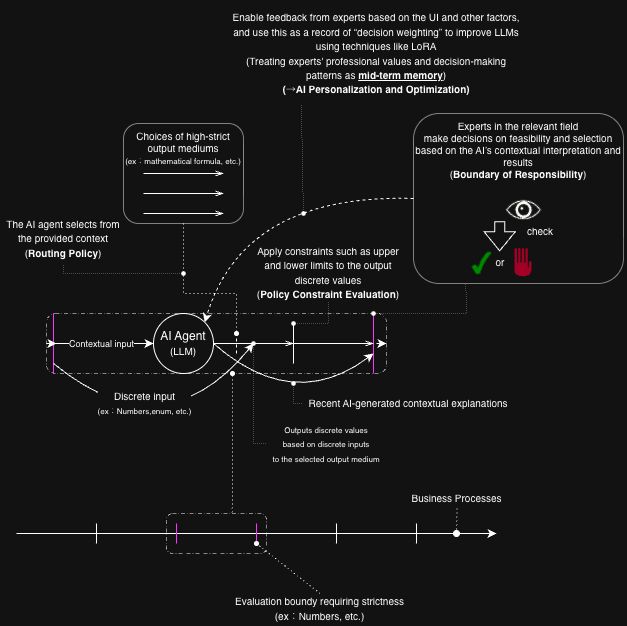
Above: image/ai_agent_application_design_for_business_processes_requiring_strictness.png in cancan007/Trying-understand-structure-for-u (draw.io), before the change. Source tidied: cells renumbered, new cells last; positions are measured from the earlier drawing's top-left corner, leaving out a move shared by most shapes.
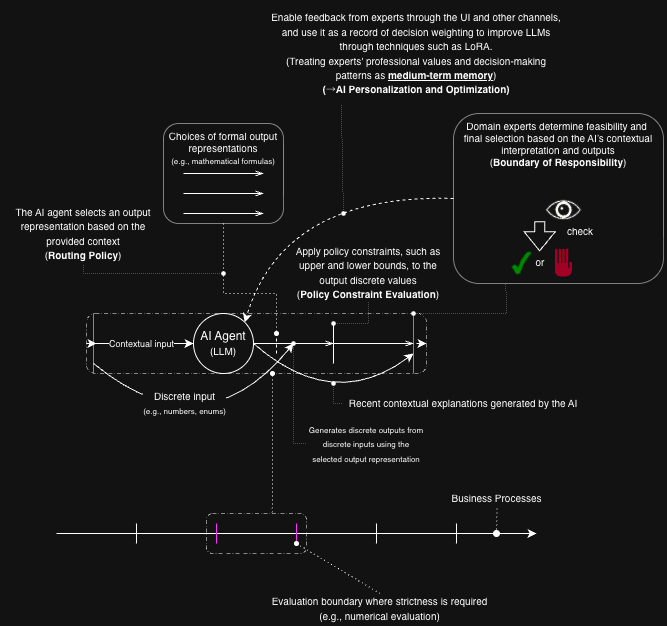
After the change.

Commit message:
changed the ai architecture diagram

Change to the diagram source:
```diff
@@ -5,13 +5,13 @@
     <mxCell id="2" style="rounded=1;whiteSpace=wrap;html=1;fillColor=none;dashed=1;dashPattern=8 4 1 4;strokeWidth=0.5;" parent="1" vertex="1">
       <mxGeometry x="43" y="310" width="340" height="60" as="geometry" />
     </mxCell>
-    <mxCell id="3" value="&lt;div&gt;Experts in the relevant field&lt;/div&gt;&lt;div&gt;make decisions on feasibility and selection&lt;/div&gt;&lt;div&gt;based on the AI’s contextual interpretation and results&lt;/div&gt;&lt;div&gt;&lt;font&gt;(&lt;b&gt;Boundary of Responsibility&lt;/b&gt;)&lt;/font&gt;&lt;/div&gt;" style="rounded=1;whiteSpace=wrap;html=1;fillColor=none;strokeWidth=0.5;verticalAlign=top;fontSize=10;" parent="1" vertex="1">
+    <mxCell id="3" value="&lt;div&gt;&lt;span style=&quot;background-color: transparent;&quot;&gt;Domain experts determine feasibility and&amp;nbsp;&lt;/span&gt;&lt;/div&gt;&lt;div&gt;&lt;span style=&quot;background-color: transparent;&quot;&gt;final selection based on the AI’s contextual interpretation and outputs&lt;br&gt;&lt;/span&gt;&lt;span style=&quot;background-color: transparent; color: light-dark(rgb(0, 0, 0), rgb(255, 255, 255));&quot;&gt;(&lt;/span&gt;&lt;b style=&quot;background-color: transparent; color: light-dark(rgb(0, 0, 0), rgb(255, 255, 255));&quot;&gt;Boundary of Responsibility&lt;/b&gt;&lt;span style=&quot;background-color: transparent; color: light-dark(rgb(0, 0, 0), rgb(255, 255, 255));&quot;&gt;)&lt;/span&gt;&lt;/div&gt;" style="rounded=1;whiteSpace=wrap;html=1;fillColor=none;strokeWidth=0.5;verticalAlign=top;fontSize=10;" parent="1" vertex="1">
       <mxGeometry x="410" y="110" width="210" height="170" as="geometry" />
     </mxCell>
     <mxCell id="4" style="rounded=1;whiteSpace=wrap;html=1;fillColor=none;dashed=1;dashPattern=8 4 1 4;strokeWidth=0.5;" parent="1" vertex="1">
       <mxGeometry x="163" y="510" width="100" height="40" as="geometry" />
     </mxCell>
-    <mxCell id="5" value="&lt;div&gt;Choices of&amp;nbsp;&lt;span style=&quot;background-color: transparent; color: light-dark(rgb(0, 0, 0), rgb(255, 255, 255));&quot;&gt;high-strict output mediums&lt;/span&gt;&lt;/div&gt;&lt;div&gt;&lt;div&gt;&lt;span style=&quot;background-color: transparent; color: light-dark(rgb(0, 0, 0), rgb(255, 255, 255));&quot;&gt;&lt;font style=&quot;font-size: 8px;&quot;&gt;(ex：mathematical formula, etc.)&lt;/font&gt;&lt;/span&gt;&lt;/div&gt;&lt;/div&gt;" style="rounded=1;whiteSpace=wrap;html=1;fillColor=none;strokeWidth=0.5;verticalAlign=top;fontSize=10;" parent="1" vertex="1">
+    <mxCell id="5" value="&lt;div&gt;Choices of formal output representations&lt;/div&gt;&lt;div&gt;&lt;span style=&quot;font-size: 8px;&quot;&gt;(e.g., mathematical formulas)&lt;/span&gt;&lt;/div&gt;" style="rounded=1;whiteSpace=wrap;html=1;fillColor=none;strokeWidth=0.5;verticalAlign=top;fontSize=10;" parent="1" vertex="1">
       <mxGeometry x="120" y="120" width="120" height="100" as="geometry" />
     </mxCell>
     <mxCell id="6" style="endArrow=classic;html=1;rounded=0;" parent="1" edge="1">
@@ -50,8 +50,8 @@
         <mxPoint x="93" y="520" as="targetPoint" />
       </mxGeometry>
     </mxCell>
-    <mxCell id="12" value="&lt;div&gt;&lt;font style=&quot;&quot;&gt;&lt;span style=&quot;font-size: 10px;&quot;&gt;Evaluation boundy requiring strictness&lt;/span&gt;&lt;/font&gt;&lt;/div&gt;&lt;div&gt;&lt;font style=&quot;&quot;&gt;&lt;span style=&quot;font-size: 10px;&quot;&gt;(ex：Numbers, etc.)&lt;/span&gt;&lt;/font&gt;&lt;/div&gt;" style="text;html=1;whiteSpace=wrap;strokeColor=none;fillColor=none;align=center;verticalAlign=middle;rounded=0;" parent="1" vertex="1">
-      <mxGeometry x="223" y="590" width="187" height="30" as="geometry" />
+    <mxCell id="12" value="&lt;div&gt;&lt;span style=&quot;font-size: 10px;&quot;&gt;Evaluation boundary where strictness is required&lt;br&gt;&lt;/span&gt;&lt;span style=&quot;background-color: transparent; font-size: 10px;&quot;&gt;(e.g., numerical evaluation)&lt;/span&gt;&lt;/div&gt;" style="text;html=1;whiteSpace=wrap;strokeColor=none;fillColor=none;align=center;verticalAlign=middle;rounded=0;" parent="1" vertex="1">
+      <mxGeometry x="223" y="590" width="227" height="30" as="geometry" />
     </mxCell>
     <mxCell id="13" style="endArrow=oval;dashed=1;html=1;dashPattern=1 3;strokeWidth=1;rounded=0;startArrow=none;startFill=0;endFill=1;exitX=0.5;exitY=0;exitDx=0;exitDy=0;startSize=4;endSize=4;" parent="1" edge="1" source="12">
       <mxGeometry relative="1" as="geometry">
@@ -133,18 +133,18 @@
         </Array>
       </mxGeometry>
     </mxCell>
-    <mxCell id="28" value="&lt;font style=&quot;font-size: 10px;&quot;&gt;The AI agent selects from the provided context&lt;/font&gt;&lt;div&gt;&lt;font style=&quot;&quot;&gt;&lt;span style=&quot;font-size: 10px;&quot;&gt;(&lt;b&gt;Routing Policy&lt;/b&gt;)&lt;/span&gt;&lt;/font&gt;&lt;/div&gt;" style="text;html=1;whiteSpace=wrap;strokeColor=none;fillColor=none;align=center;verticalAlign=middle;rounded=0;" parent="1" vertex="1">
-      <mxGeometry y="210" width="120" height="50" as="geometry" />
+    <mxCell id="28" value="&lt;font style=&quot;font-size: 10px;&quot;&gt;The AI agent selects an output representation based on the provided context&lt;/font&gt;&lt;div&gt;&lt;font style=&quot;&quot;&gt;&lt;span style=&quot;font-size: 10px;&quot;&gt;(&lt;b&gt;Routing Policy&lt;/b&gt;)&lt;/span&gt;&lt;/font&gt;&lt;/div&gt;" style="text;html=1;whiteSpace=wrap;strokeColor=none;fillColor=none;align=center;verticalAlign=middle;rounded=0;" parent="1" vertex="1">
+      <mxGeometry x="-40" y="200" width="160" height="60" as="geometry" />
     </mxCell>
     <mxCell id="29" style="endArrow=none;dashed=1;html=1;dashPattern=1 3;strokeWidth=0.5;rounded=0;entryX=0.5;entryY=1;entryDx=0;entryDy=0;endFill=0;startArrow=oval;startFill=1;startSize=4;endSize=4;" parent="1" edge="1" target="28">
       <mxGeometry relative="1" as="geometry">
         <mxPoint x="180" y="270" as="sourcePoint" />
         <Array as="points">
-          <mxPoint x="60" y="270" />
+          <mxPoint x="40" y="270" />
         </Array>
       </mxGeometry>
     </mxCell>
-    <mxCell id="30" value="&lt;div&gt;&lt;span style=&quot;background-color: transparent; font-size: 10px;&quot;&gt;Apply constraints such as upper and lower limits to the output discrete values&lt;/span&gt;&lt;/div&gt;&lt;div&gt;&lt;span style=&quot;font-size: 10px; background-color: transparent; color: light-dark(rgb(0, 0, 0), rgb(255, 255, 255));&quot;&gt;(&lt;/span&gt;&lt;span style=&quot;background-color: transparent;&quot;&gt;&lt;span style=&quot;font-size: 10px;&quot;&gt;&lt;b&gt;Policy Constraint Evaluation&lt;/b&gt;)&lt;/span&gt;&lt;/span&gt;&lt;/div&gt;" style="text;html=1;whiteSpace=wrap;strokeColor=none;fillColor=none;align=center;verticalAlign=middle;rounded=0;" parent="1" vertex="1">
+    <mxCell id="30" value="&lt;div&gt;&lt;span style=&quot;background-color: transparent; font-size: 10px;&quot;&gt;Apply policy constraints, such as upper and lower bounds, to the output discrete values&lt;br&gt;&lt;/span&gt;&lt;span style=&quot;background-color: transparent; color: light-dark(rgb(0, 0, 0), rgb(255, 255, 255)); font-size: 10px;&quot;&gt;(&lt;/span&gt;&lt;span style=&quot;background-color: transparent; color: light-dark(rgb(0, 0, 0), rgb(255, 255, 255));&quot;&gt;&lt;span style=&quot;font-size: 10px;&quot;&gt;&lt;b&gt;Policy Constraint Evaluation&lt;/b&gt;)&lt;/span&gt;&lt;/span&gt;&lt;/div&gt;" style="text;html=1;whiteSpace=wrap;strokeColor=none;fillColor=none;align=center;verticalAlign=middle;rounded=0;" parent="1" vertex="1">
       <mxGeometry x="250" y="240" width="150" height="57.9" as="geometry" />
     </mxCell>
     <mxCell id="31" style="endArrow=classic;html=1;rounded=0;curved=1;" parent="1" edge="1">
@@ -156,12 +156,12 @@
         </Array>
       </mxGeometry>
     </mxCell>
-    <mxCell id="32" value="&lt;div&gt;&lt;font style=&quot;&quot;&gt;&lt;span style=&quot;font-size: 10px;&quot;&gt;Discrete input&lt;/span&gt;&lt;/font&gt;&lt;/div&gt;&lt;div&gt;&lt;font style=&quot;&quot;&gt;&lt;span style=&quot;font-size: 8px;&quot;&gt;(ex：Numbers,enum, etc.)&lt;/span&gt;&lt;/font&gt;&lt;/div&gt;" style="edgeLabel;html=1;align=center;verticalAlign=middle;" parent="31" vertex="1">
+    <mxCell id="32" value="&lt;div&gt;&lt;font style=&quot;&quot;&gt;&lt;span style=&quot;font-size: 10px;&quot;&gt;Discrete input&lt;/span&gt;&lt;/font&gt;&lt;/div&gt;&lt;div&gt;&lt;span style=&quot;font-size: 8px;&quot;&gt;(e.g.,&amp;nbsp;&lt;/span&gt;&lt;span style=&quot;background-color: light-dark(#ffffff, var(--ge-dark-color, #121212)); font-size: 8px;&quot;&gt;numbers, enums&lt;/span&gt;&lt;span style=&quot;font-size: 8px; background-color: light-dark(#ffffff, var(--ge-dark-color, #121212)); color: light-dark(rgb(0, 0, 0), rgb(255, 255, 255));&quot;&gt;)&lt;/span&gt;&lt;/div&gt;" style="edgeLabel;html=1;align=center;verticalAlign=middle;" parent="31" vertex="1">
       <mxGeometry x="-0.21" y="14" relative="1" as="geometry">
         <mxPoint x="-6" y="-21" as="offset" />
       </mxGeometry>
     </mxCell>
-    <mxCell id="33" value="&lt;div&gt;&lt;span style=&quot;font-size: 8px;&quot;&gt;Outputs discrete values&lt;/span&gt;&lt;/div&gt;&lt;div&gt;&lt;span style=&quot;font-size: 8px;&quot;&gt;based on discrete inputs&lt;/span&gt;&lt;/div&gt;&lt;div&gt;&lt;span style=&quot;font-size: 8px;&quot;&gt;to the selected output medium&lt;/span&gt;&lt;/div&gt;" style="text;html=1;whiteSpace=wrap;strokeColor=none;fillColor=none;align=center;verticalAlign=middle;rounded=0;" parent="1" vertex="1">
+    <mxCell id="33" value="&lt;span style=&quot;font-size: 8px;&quot;&gt;Generates discrete outputs from discrete inputs using the selected output representation&lt;/span&gt;" style="text;html=1;whiteSpace=wrap;strokeColor=none;fillColor=none;align=center;verticalAlign=middle;rounded=0;" parent="1" vertex="1">
       <mxGeometry x="263" y="420" width="120" height="40" as="geometry" />
     </mxCell>
     <mxCell id="34" style="endArrow=none;dashed=1;html=1;dashPattern=1 3;strokeWidth=0.5;rounded=0;endFill=0;startArrow=oval;startFill=1;startSize=4;endSize=4;entryX=0;entryY=0.5;entryDx=0;entryDy=0;" parent="1" edge="1" target="33">
@@ -206,8 +206,8 @@
         </Array>
       </mxGeometry>
     </mxCell>
-    <mxCell id="42" value="&lt;font style=&quot;font-size: 10px;&quot;&gt;Recent AI-generated contextual explanations&lt;/font&gt;" style="text;html=1;whiteSpace=wrap;strokeColor=none;fillColor=none;align=center;verticalAlign=middle;rounded=0;" parent="1" vertex="1">
-      <mxGeometry x="300" y="390" width="210" height="20" as="geometry" />
+    <mxCell id="42" value="&lt;font style=&quot;font-size: 10px;&quot;&gt;Recent contextual explanations generated by the AI&lt;/font&gt;" style="text;html=1;whiteSpace=wrap;strokeColor=none;fillColor=none;align=center;verticalAlign=middle;rounded=0;" parent="1" vertex="1">
+      <mxGeometry x="300" y="390" width="240" height="20" as="geometry" />
     </mxCell>
     <mxCell id="43" style="endArrow=none;dashed=1;html=1;dashPattern=1 3;strokeWidth=0.5;rounded=0;entryX=0;entryY=0.5;entryDx=0;entryDy=0;endFill=0;startArrow=oval;startFill=1;startSize=4;endSize=4;" parent="1" edge="1" target="42">
       <mxGeometry relative="1" as="geometry">
@@ -235,7 +235,7 @@
         </Array>
       </mxGeometry>
     </mxCell>
-    <mxCell id="47" value="&lt;div&gt;&lt;span style=&quot;font-size: 10px;&quot;&gt;Enable feedback from experts based on the UI and other factors,&lt;/span&gt;&lt;/div&gt;&lt;div&gt;&lt;span style=&quot;font-size: 10px;&quot;&gt;and use this as a record of “decision weighting” to improve LLMs using techniques like LoRA&lt;/span&gt;&lt;br&gt;&lt;span style=&quot;font-size: 10px;&quot;&gt;(Treating experts' professional values and decision-making patterns as &lt;b&gt;&lt;u&gt;mid-term memory&lt;/u&gt;&lt;/b&gt;)&lt;/span&gt;&lt;/div&gt;&lt;div&gt;&lt;span style=&quot;background-color: transparent; color: light-dark(rgb(0, 0, 0), rgb(255, 255, 255)); font-size: 10px;&quot;&gt;&lt;b&gt;(→AI Personalization and Optimization)&lt;/b&gt;&lt;/span&gt;&lt;/div&gt;" style="text;html=1;whiteSpace=wrap;strokeColor=none;fillColor=none;align=center;verticalAlign=middle;rounded=0;" parent="1" vertex="1">
+    <mxCell id="47" value="&lt;div&gt;&lt;span style=&quot;background-color: transparent; font-size: 10px;&quot;&gt;Enable feedback from experts through the UI and other channels, and use it as a record of decision weighting to improve LLMs through techniques such as LoRA.&lt;br&gt;&lt;/span&gt;&lt;span style=&quot;font-size: 10px; background-color: transparent; color: light-dark(rgb(0, 0, 0), rgb(255, 255, 255));&quot;&gt;(Treating experts' professional values and decision-making patterns as &lt;/span&gt;&lt;b style=&quot;font-size: 10px; background-color: transparent; color: light-dark(rgb(0, 0, 0), rgb(255, 255, 255));&quot;&gt;&lt;u&gt;medium-term memory&lt;/u&gt;&lt;/b&gt;&lt;span style=&quot;font-size: 10px; background-color: transparent; color: light-dark(rgb(0, 0, 0), rgb(255, 255, 255));&quot;&gt;)&lt;/span&gt;&lt;/div&gt;&lt;div&gt;&lt;span style=&quot;background-color: transparent; color: light-dark(rgb(0, 0, 0), rgb(255, 255, 255)); font-size: 10px;&quot;&gt;&lt;b&gt;(→AI Personalization and Optimization)&lt;/b&gt;&lt;/span&gt;&lt;/div&gt;" style="text;html=1;whiteSpace=wrap;strokeColor=none;fillColor=none;align=center;verticalAlign=middle;rounded=0;" parent="1" vertex="1">
       <mxGeometry x="223" width="300" height="100" as="geometry" />
     </mxCell>
     <mxCell id="48" style="endArrow=none;dashed=1;html=1;dashPattern=1 3;strokeWidth=0.5;rounded=0;entryX=0.25;entryY=1;entryDx=0;entryDy=0;endFill=0;startArrow=oval;startFill=1;startSize=4;endSize=4;" parent="1" edge="1" target="47">
```
